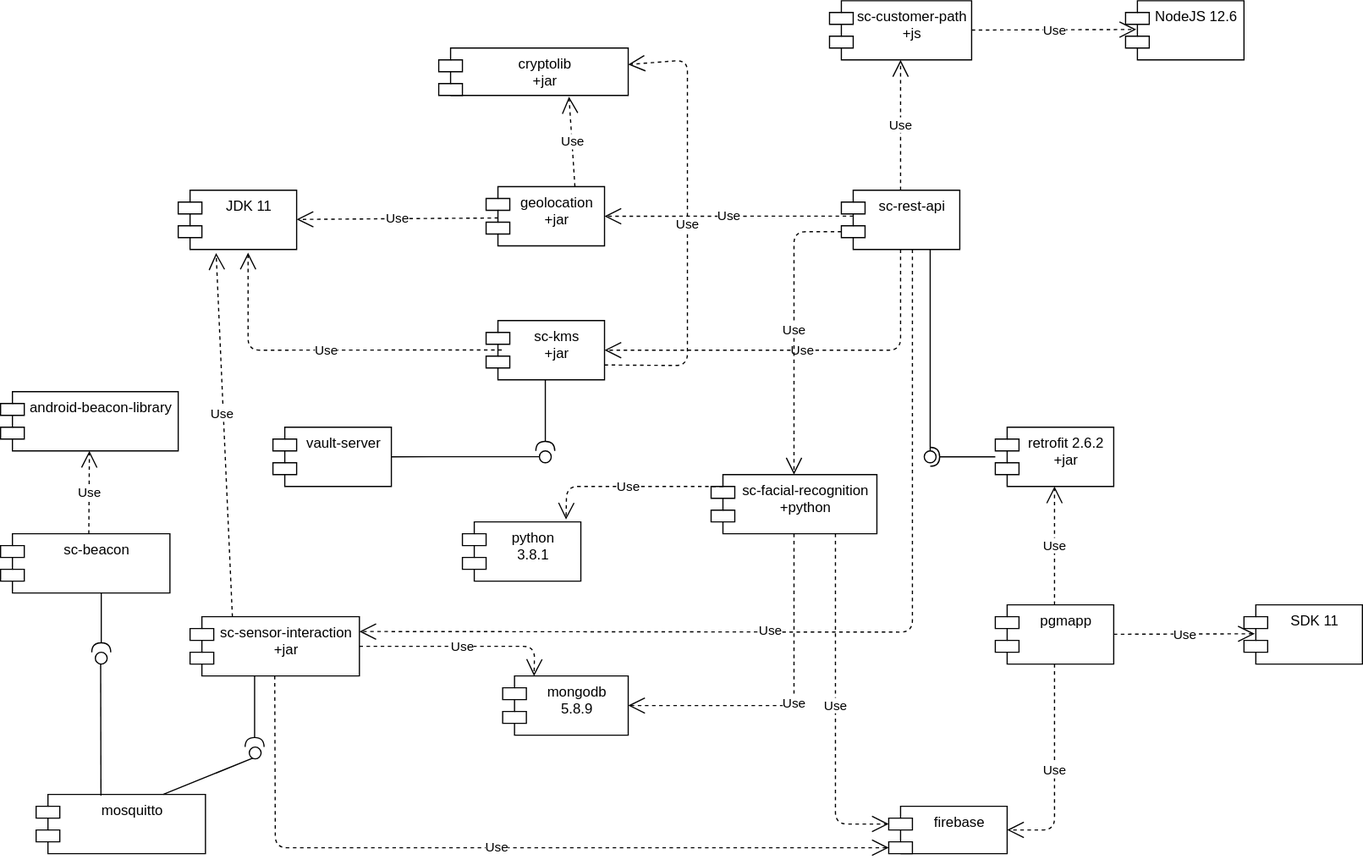
Earlier version of the draw.io export diagrams/ComponentDiagram.svg (jessicaraman/pds-stardust). Source tidied: cells renumbered, new cells last; positions are measured from the earlier drawing's top-left corner, leaving out a move shared by most shapes.
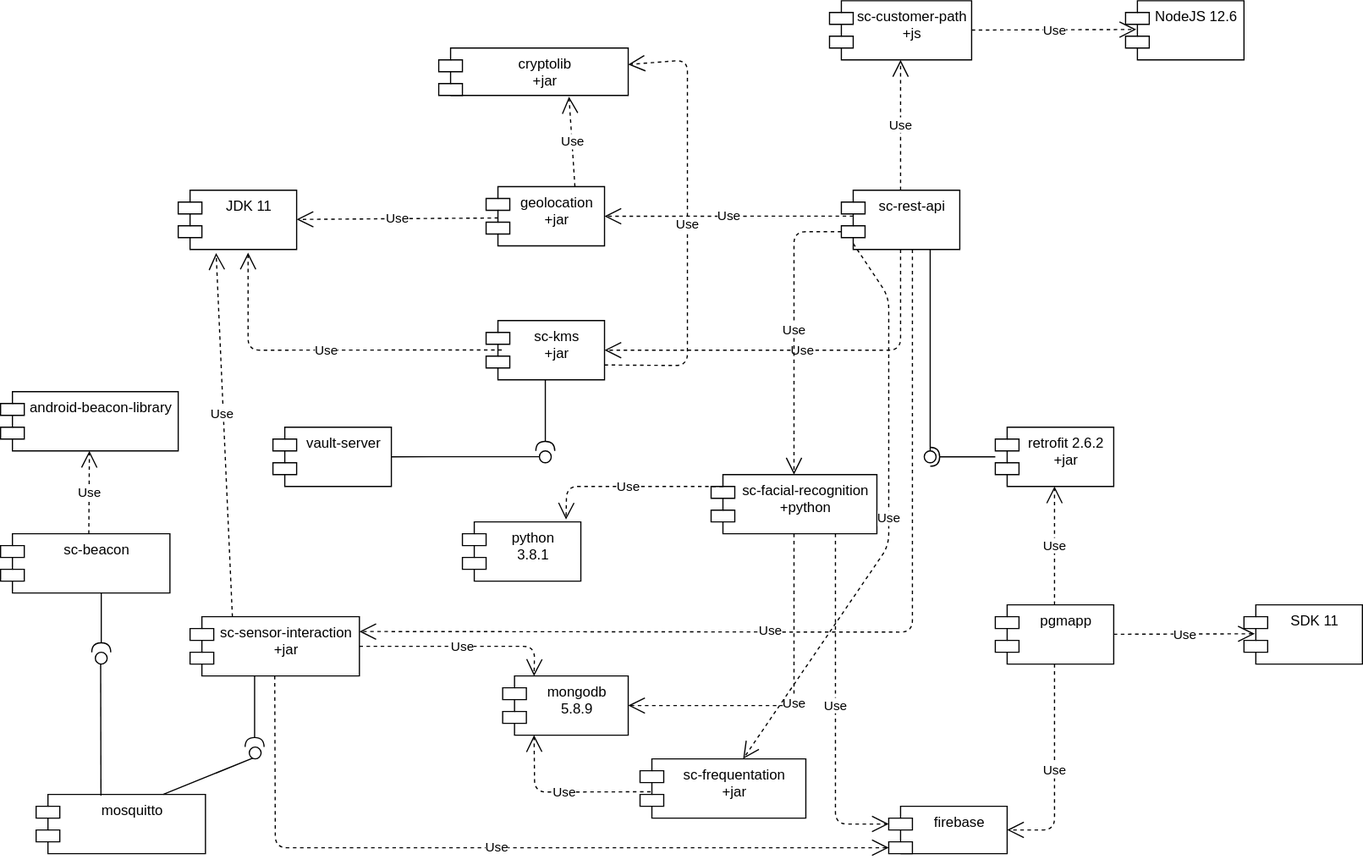
Later version of the same file.

Commit message:
added micro service frequentation in component diagram

The edit, as a diff of the source:
```diff
@@ -220,5 +220,24 @@
         <mxPoint x="-120" y="119" as="offset" />
       </mxGeometry>
     </mxCell>
+    <mxCell id="53" value="sc-frequentation&#10;+jar" style="shape=module;align=left;spacingLeft=20;align=center;verticalAlign=top;" parent="1" vertex="1">
+      <mxGeometry x="540" y="640" width="140" height="50" as="geometry" />
+    </mxCell>
+    <mxCell id="54" value="Use" style="endArrow=open;endSize=12;dashed=1;html=1;exitX=0.064;exitY=0.556;exitDx=0;exitDy=0;entryX=0.25;entryY=1;entryDx=0;entryDy=0;exitPerimeter=0;" parent="1" edge="1" source="53" target="30">
+      <mxGeometry relative="1" as="geometry">
+        <Array as="points">
+          <mxPoint x="451" y="668" />
+        </Array>
+      </mxGeometry>
+    </mxCell>
+    <mxCell id="55" value="Use" style="endArrow=open;endSize=12;dashed=1;html=1;exitX=0;exitY=0;exitDx=0;exitDy=35;exitPerimeter=0;" parent="1" edge="1" target="53">
+      <mxGeometry relative="1" as="geometry">
+        <mxPoint x="720" y="205" as="sourcePoint" />
+        <Array as="points">
+          <mxPoint x="750" y="250" />
+          <mxPoint x="750" y="460" />
+        </Array>
+      </mxGeometry>
+    </mxCell>
   </root>
 </mxGraphModel>
```
